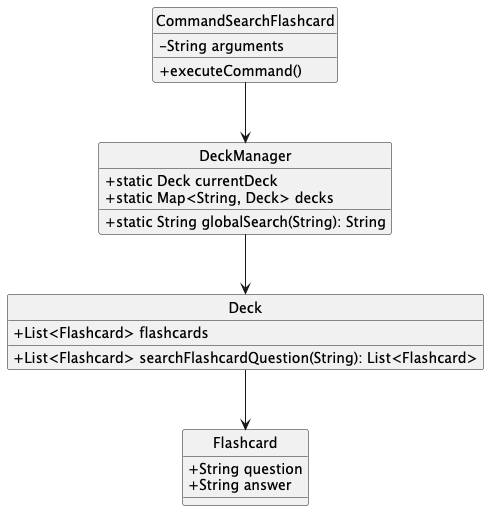
Earlier version of the PlantUML export docs/images/SearchClassDiagram.png (felfelyuen/tp).
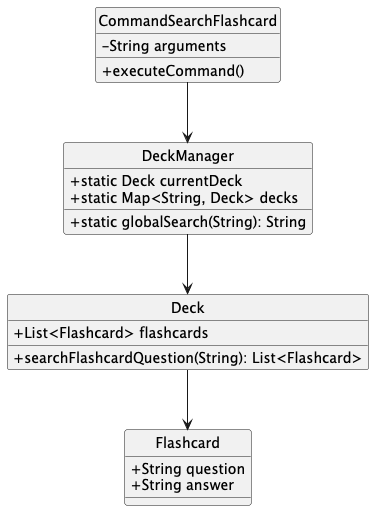
The same file after the commit.

The edit, as a diff of the source:
```diff
@@ -9,12 +9,12 @@
 class DeckManager {
   + static Deck currentDeck
   + static Map<String, Deck> decks
-  + static String globalSearch(String): String
+  + static globalSearch(String): String
 }
 
 class Deck {
   + List<Flashcard> flashcards
-  + List<Flashcard> searchFlashcardQuestion(String): List<Flashcard>
+  + searchFlashcardQuestion(String): List<Flashcard>
 }
 
 class Flashcard {
```
